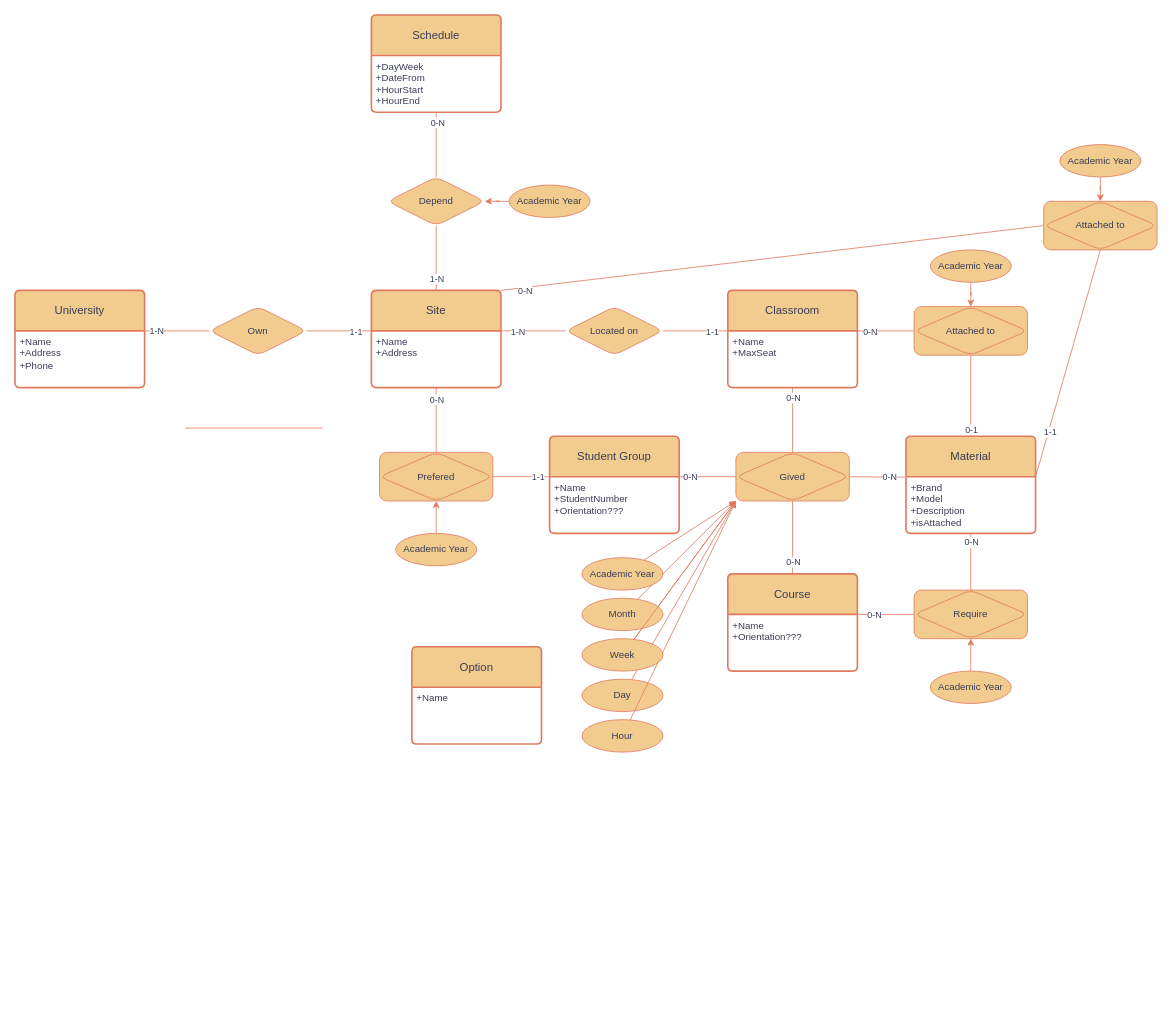
Earlier version of the draw.io diagram EA_Diagram.drawio (fratjo/Calempus360). Source tidied: cells renumbered, new cells numbered last; positions are measured from the earlier drawing's top-left corner, leaving out a move shared by most shapes. Both pictures are drawn from the tidied source at 81%, with x=0, y=0 at pixel (15, 15).
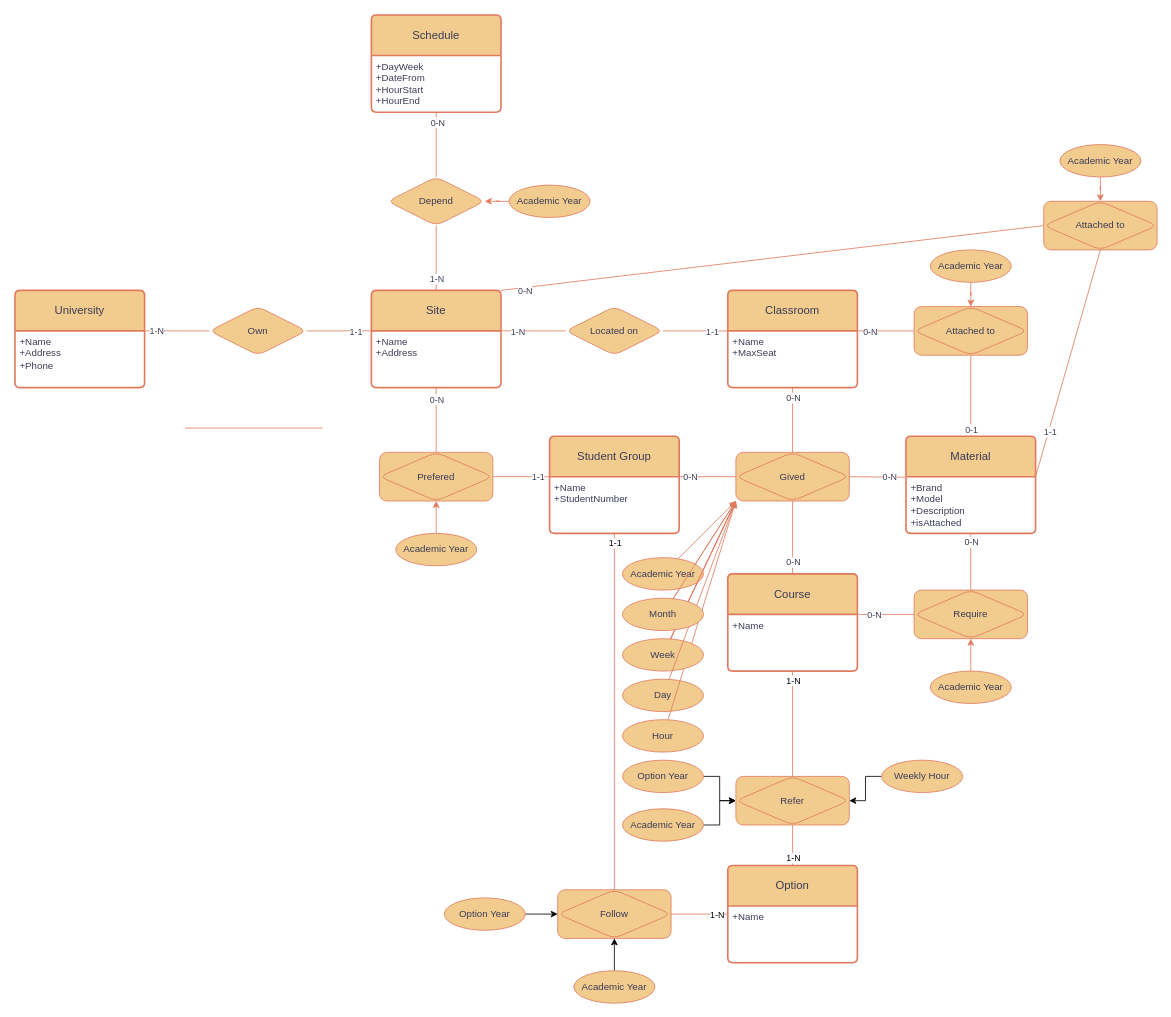
After the change.

Unchanged cells that the change refers to:
```xml
<mxCell id="9" value="Student Group" style="swimlane;horizontal=1;startSize=50;rounded=1;fontSize=14;fontStyle=0;strokeWidth=2;shadow=0;dashed=0;align=center;arcSize=4;whiteSpace=wrap;html=1;labelBackgroundColor=none;fillColor=#F2CC8F;strokeColor=#E07A5F;fontColor=#393C56;" parent="1" vertex="1">
  <mxGeometry x="660" y="520" width="160" height="120" as="geometry" />
</mxCell>
<mxCell id="13" value="Course" style="swimlane;horizontal=1;startSize=50;rounded=1;fontSize=14;fontStyle=0;strokeWidth=2;shadow=0;dashed=0;align=center;arcSize=4;whiteSpace=wrap;html=1;labelBackgroundColor=none;fillColor=#F2CC8F;strokeColor=#E07A5F;fontColor=#393C56;" parent="1" vertex="1">
  <mxGeometry x="880" y="690" width="160" height="120" as="geometry" />
</mxCell>
<mxCell id="47" value="Gived" style="shape=associativeEntity;whiteSpace=wrap;html=1;align=center;rounded=1;strokeColor=#E07A5F;fontColor=#393C56;fillColor=#F2CC8F;" parent="1" vertex="1">
  <mxGeometry x="890" y="540" width="140" height="60" as="geometry" />
</mxCell>
```

Change to the diagram source:
```diff
@@
-    <mxCell id="10" value="+Name&lt;br&gt;+StudentNumber&lt;br&gt;+Orientation???" style="align=left;strokeColor=none;fillColor=none;spacingLeft=4;fontSize=12;verticalAlign=top;html=1;labelBackgroundColor=none;fontColor=#393C56;rounded=1;" parent="9" vertex="1">
+    <mxCell id="10" value="+Name&lt;br&gt;+StudentNumber" style="align=left;strokeColor=none;fillColor=none;spacingLeft=4;fontSize=12;verticalAlign=top;html=1;labelBackgroundColor=none;fontColor=#393C56;rounded=1;" parent="9" vertex="1">
       <mxGeometry y="50" width="160" height="70" as="geometry" />
     </mxCell>
@@
-    <mxCell id="14" value="+Name&lt;br&gt;+Orientation???" style="align=left;strokeColor=none;fillColor=none;spacingLeft=4;fontSize=12;verticalAlign=top;html=1;labelBackgroundColor=none;fontColor=#393C56;rounded=1;" parent="13" vertex="1">
+    <mxCell id="14" value="+Name&lt;div&gt;&lt;br/&gt;&lt;/div&gt;" style="align=left;strokeColor=none;fillColor=none;spacingLeft=4;fontSize=12;verticalAlign=top;html=1;labelBackgroundColor=none;fontColor=#393C56;rounded=1;" parent="13" vertex="1">
       <mxGeometry y="50" width="160" height="70" as="geometry" />
     </mxCell>
@@
     <mxCell id="49" value="Hour" style="ellipse;whiteSpace=wrap;html=1;align=center;rounded=1;strokeColor=#E07A5F;fontColor=#393C56;fillColor=#F2CC8F;" parent="1" vertex="1">
-      <mxGeometry x="700" y="870" width="100" height="40" as="geometry" />
+      <mxGeometry x="750" y="870" width="100" height="40" as="geometry" />
     </mxCell>
@@
-    <mxCell id="51" value="Month" style="ellipse;whiteSpace=wrap;html=1;align=center;rounded=1;strokeColor=#E07A5F;fontColor=#393C56;fillColor=#F2CC8F;" parent="1" vertex="1">
-      <mxGeometry x="700" y="720" width="100" height="40" as="geometry" />
-    </mxCell>
@@
     <mxCell id="53" value="Academic Year" style="ellipse;whiteSpace=wrap;html=1;align=center;rounded=1;strokeColor=#E07A5F;fontColor=#393C56;fillColor=#F2CC8F;" parent="1" vertex="1">
-      <mxGeometry x="700" y="670" width="100" height="40" as="geometry" />
+      <mxGeometry x="750" y="670" width="100" height="40" as="geometry" />
     </mxCell>
-    <mxCell id="54" style="rounded=1;jettySize=auto;html=1;strokeColor=#E07A5F;fontColor=#393C56;fillColor=#F2CC8F;entryX=0;entryY=1;entryDx=0;entryDy=0;" parent="1" edge="1" source="55" target="47">
+    <mxCell id="54" style="rounded=1;jettySize=auto;html=1;strokeColor=#E07A5F;fontColor=#393C56;fillColor=#F2CC8F;entryX=0;entryY=1;entryDx=0;entryDy=0;" parent="1" edge="1" source="51" target="47">
       <mxGeometry relative="1" as="geometry" />
     </mxCell>
     <mxCell id="55" value="Day" style="ellipse;whiteSpace=wrap;html=1;align=center;rounded=1;strokeColor=#E07A5F;fontColor=#393C56;fillColor=#F2CC8F;" parent="1" vertex="1">
-      <mxGeometry x="700" y="820" width="100" height="40" as="geometry" />
+      <mxGeometry x="750" y="820" width="100" height="40" as="geometry" />
     </mxCell>
@@
-    <mxCell id="71" style="rounded=1;jettySize=auto;html=1;strokeColor=#E07A5F;fontColor=#393C56;fillColor=#F2CC8F;entryX=0;entryY=1;entryDx=0;entryDy=0;" parent="1" edge="1" source="49" target="47">
+    <mxCell id="71" style="rounded=1;jettySize=auto;html=1;strokeColor=#E07A5F;fontColor=#393C56;fillColor=#F2CC8F;entryX=0;entryY=1;entryDx=0;entryDy=0;" parent="1" edge="1" source="72" target="47">
       <mxGeometry relative="1" as="geometry" />
     </mxCell>
-    <mxCell id="72" value="Week" style="ellipse;whiteSpace=wrap;html=1;align=center;rounded=1;strokeColor=#E07A5F;fontColor=#393C56;fillColor=#F2CC8F;" parent="1" vertex="1">
-      <mxGeometry x="700" y="770" width="100" height="40" as="geometry" />
-    </mxCell>
@@
     <mxCell id="82" value="Option" style="swimlane;horizontal=1;startSize=50;rounded=1;fontSize=14;fontStyle=0;strokeWidth=2;shadow=0;dashed=0;align=center;arcSize=4;whiteSpace=wrap;html=1;labelBackgroundColor=none;fillColor=#F2CC8F;strokeColor=#E07A5F;fontColor=#393C56;" parent="1" vertex="1">
-      <mxGeometry x="490" y="780" width="160" height="120" as="geometry" />
+      <mxGeometry x="880" y="1050" width="160" height="120" as="geometry" />
     </mxCell>
@@
+    <mxCell id="84" value="Follow" style="shape=associativeEntity;whiteSpace=wrap;html=1;align=center;rounded=1;strokeColor=#E07A5F;fontColor=#393C56;fillColor=#F2CC8F;" parent="1" vertex="1">
+      <mxGeometry x="670" y="1080" width="140" height="60" as="geometry" />
+    </mxCell>
+    <mxCell id="85" value="Refer" style="shape=associativeEntity;whiteSpace=wrap;html=1;align=center;rounded=1;strokeColor=#E07A5F;fontColor=#393C56;fillColor=#F2CC8F;" parent="1" vertex="1">
+      <mxGeometry x="890" y="940" width="140" height="60" as="geometry" />
+    </mxCell>
+    <mxCell id="86" style="endArrow=none;html=1;rounded=0;strokeColor=#E07A5F;fontColor=#393C56;fillColor=#F2CC8F;entryX=0.5;entryY=1;entryDx=0;entryDy=0;exitX=0.5;exitY=0;exitDx=0;exitDy=0;" parent="1" edge="1" source="85" target="14">
+      <mxGeometry relative="1" as="geometry" />
+    </mxCell>
+    <mxCell id="87" value="1-N" style="edgeLabel;html=1;align=center;verticalAlign=middle;" parent="86" vertex="1">
+      <mxGeometry x="0.83" relative="1" as="geometry" />
+    </mxCell>
+    <mxCell id="88" style="endArrow=none;html=1;rounded=0;strokeColor=#E07A5F;fontColor=#393C56;fillColor=#F2CC8F;entryX=0.5;entryY=1;entryDx=0;entryDy=0;exitX=0.5;exitY=0;exitDx=0;exitDy=0;" parent="1" edge="1" source="84" target="10">
+      <mxGeometry relative="1" as="geometry" />
+    </mxCell>
+    <mxCell id="89" value="1-1" style="edgeLabel;html=1;align=center;verticalAlign=middle;" parent="88" vertex="1">
+      <mxGeometry x="0.87" y="-1" relative="1" as="geometry">
+        <mxPoint x="-1" y="-18" as="offset" />
+      </mxGeometry>
+    </mxCell>
+    <mxCell id="90" style="edgeStyle=orthogonalEdgeStyle;rounded=0;jettySize=auto;html=1;" parent="1" edge="1" source="91" target="84">
+      <mxGeometry relative="1" as="geometry" />
+    </mxCell>
+    <mxCell id="91" value="Academic Year" style="ellipse;whiteSpace=wrap;html=1;align=center;rounded=1;strokeColor=#E07A5F;fontColor=#393C56;fillColor=#F2CC8F;" parent="1" vertex="1">
+      <mxGeometry x="690" y="1180" width="100" height="40" as="geometry" />
+    </mxCell>
+    <mxCell id="92" style="edgeStyle=orthogonalEdgeStyle;rounded=0;jettySize=auto;html=1;" parent="1" edge="1" source="93" target="85">
+      <mxGeometry relative="1" as="geometry" />
+    </mxCell>
+    <mxCell id="93" value="Weekly Hour" style="ellipse;whiteSpace=wrap;html=1;align=center;rounded=1;strokeColor=#E07A5F;fontColor=#393C56;fillColor=#F2CC8F;" parent="1" vertex="1">
+      <mxGeometry x="1070" y="920" width="100" height="40" as="geometry" />
+    </mxCell>
+    <mxCell id="94" style="endArrow=none;html=1;rounded=0;strokeColor=#E07A5F;fontColor=#393C56;fillColor=#F2CC8F;entryX=1;entryY=0.5;entryDx=0;entryDy=0;exitX=0;exitY=0.5;exitDx=0;exitDy=0;" parent="1" edge="1" source="82" target="84">
+      <mxGeometry relative="1" as="geometry" />
+    </mxCell>
+    <mxCell id="95" value="1-N" style="edgeLabel;html=1;align=center;verticalAlign=middle;" parent="94" vertex="1">
+      <mxGeometry x="-0.6" relative="1" as="geometry" />
+    </mxCell>
+    <mxCell id="96" style="endArrow=none;html=1;rounded=0;strokeColor=#E07A5F;fontColor=#393C56;fillColor=#F2CC8F;entryX=0.5;entryY=0;entryDx=0;entryDy=0;exitX=0.5;exitY=1;exitDx=0;exitDy=0;" parent="1" edge="1" source="85" target="82">
+      <mxGeometry relative="1" as="geometry" />
+    </mxCell>
+    <mxCell id="97" value="1-N" style="edgeLabel;html=1;align=center;verticalAlign=middle;" parent="96" vertex="1">
+      <mxGeometry x="0.83" relative="1" as="geometry">
+        <mxPoint y="-6" as="offset" />
+      </mxGeometry>
+    </mxCell>
+    <mxCell id="98" style="edgeStyle=orthogonalEdgeStyle;rounded=0;jettySize=auto;html=1;" parent="1" edge="1" source="99" target="85">
+      <mxGeometry relative="1" as="geometry" />
+    </mxCell>
+    <mxCell id="99" value="Option Year" style="ellipse;whiteSpace=wrap;html=1;align=center;rounded=1;strokeColor=#E07A5F;fontColor=#393C56;fillColor=#F2CC8F;" parent="1" vertex="1">
+      <mxGeometry x="750" y="920" width="100" height="40" as="geometry" />
+    </mxCell>
+    <mxCell id="100" style="edgeStyle=orthogonalEdgeStyle;rounded=0;jettySize=auto;html=1;" parent="1" edge="1" source="101" target="84">
+      <mxGeometry relative="1" as="geometry" />
+    </mxCell>
+    <mxCell id="101" value="Option Year" style="ellipse;whiteSpace=wrap;html=1;align=center;rounded=1;strokeColor=#E07A5F;fontColor=#393C56;fillColor=#F2CC8F;" parent="1" vertex="1">
+      <mxGeometry x="530" y="1090" width="100" height="40" as="geometry" />
+    </mxCell>
+    <mxCell id="102" style="rounded=1;jettySize=auto;html=1;strokeColor=#E07A5F;fontColor=#393C56;fillColor=#F2CC8F;entryX=0;entryY=1;entryDx=0;entryDy=0;" parent="1" edge="1" source="49" target="47">
+      <mxGeometry relative="1" as="geometry" />
+    </mxCell>
+    <mxCell id="72" value="Week" style="ellipse;whiteSpace=wrap;html=1;align=center;rounded=1;strokeColor=#E07A5F;fontColor=#393C56;fillColor=#F2CC8F;" parent="1" vertex="1">
+      <mxGeometry x="750" y="770" width="100" height="40" as="geometry" />
+    </mxCell>
+    <mxCell id="103" style="rounded=1;jettySize=auto;html=1;strokeColor=#E07A5F;fontColor=#393C56;fillColor=#F2CC8F;entryX=0;entryY=1;entryDx=0;entryDy=0;" parent="1" edge="1" source="55" target="47">
+      <mxGeometry relative="1" as="geometry" />
+    </mxCell>
+    <mxCell id="51" value="Month" style="ellipse;whiteSpace=wrap;html=1;align=center;rounded=1;strokeColor=#E07A5F;fontColor=#393C56;fillColor=#F2CC8F;" parent="1" vertex="1">
+      <mxGeometry x="750" y="720" width="100" height="40" as="geometry" />
+    </mxCell>
+    <mxCell id="104" style="edgeStyle=orthogonalEdgeStyle;rounded=0;jettySize=auto;html=1;" parent="1" edge="1" source="105" target="85">
+      <mxGeometry relative="1" as="geometry" />
+    </mxCell>
+    <mxCell id="105" value="Academic Year" style="ellipse;whiteSpace=wrap;html=1;align=center;rounded=1;strokeColor=#E07A5F;fontColor=#393C56;fillColor=#F2CC8F;" parent="1" vertex="1">
+      <mxGeometry x="750" y="980" width="100" height="40" as="geometry" />
+    </mxCell>
```
